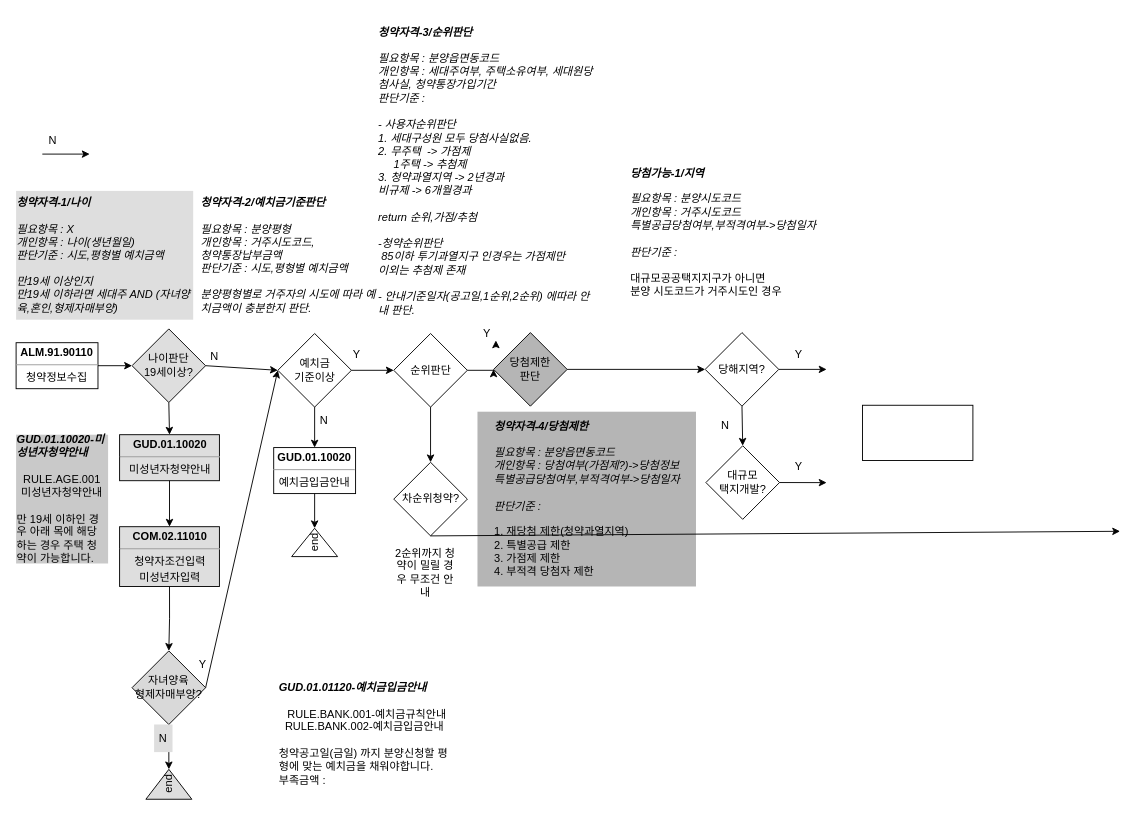
This is 31.분석/Untitled Diagram.drawio from repproject/rep, a draw.io file, before an edit. Source tidied: cells renumbered, new cells numbered last; positions are measured from the earlier drawing's top-left corner, leaving out a move shared by most shapes. Both pictures are drawn from the tidied source at 92%, with x=0, y=0 at pixel (16, 52).
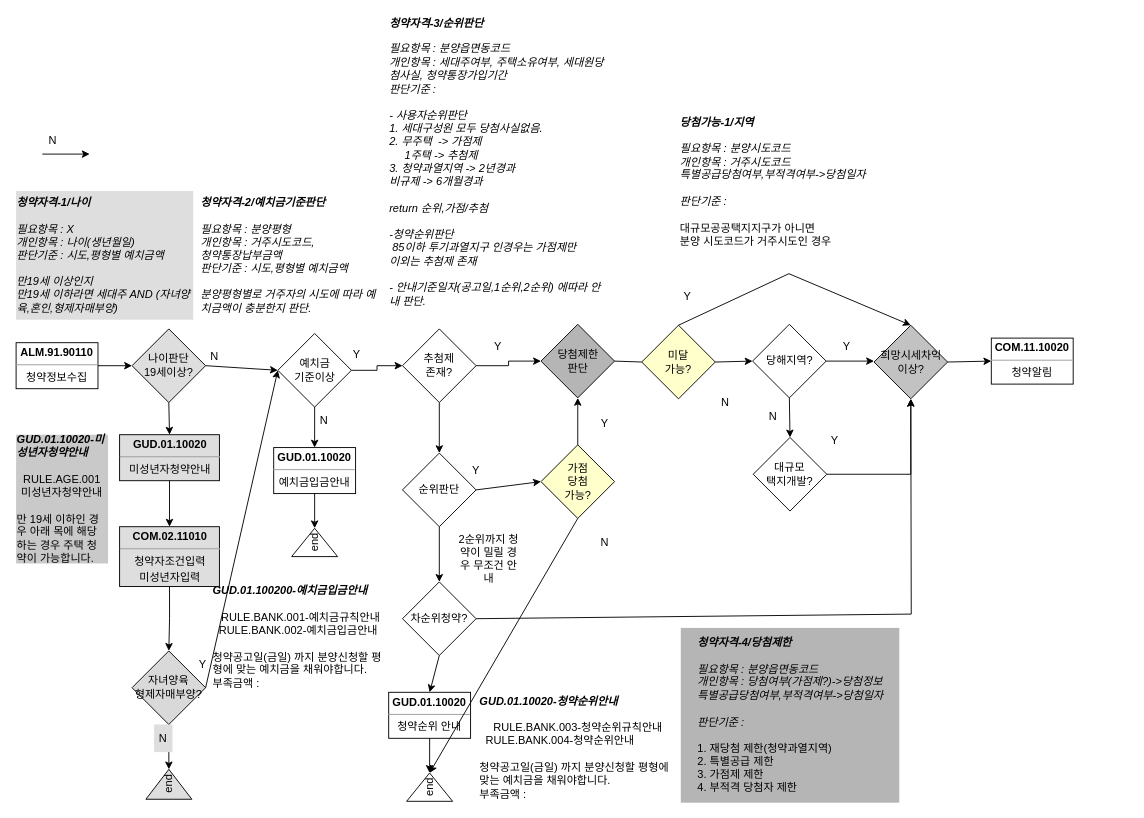
The same page after the edit.

Unchanged cells that the change refers to:
```xml
<mxCell id="9" value="예치금&lt;br&gt;기준이상" style="rhombus;whiteSpace=wrap;html=1;" parent="1" vertex="1">
  <mxGeometry x="284.5" y="305" width="80" height="80" as="geometry" />
</mxCell>
```

The edit, as a diff of the source:
```diff
@@
-    <mxCell id="5" value="&lt;div style=&quot;text-align: left&quot;&gt;&lt;b&gt;&lt;i&gt;GUD.01.01120-예치금입금안내&lt;/i&gt;&lt;/b&gt;&lt;/div&gt;&lt;div style=&quot;text-align: left&quot;&gt;&lt;b&gt;&lt;i&gt;&lt;br&gt;&lt;/i&gt;&lt;/b&gt;&lt;/div&gt;RULE.BANK.001-예치금규칙안내&lt;br&gt;&lt;div style=&quot;text-align: left&quot;&gt;&amp;nbsp; RULE.BANK.002-예치금입금안내&lt;/div&gt;&lt;div style=&quot;text-align: left&quot;&gt;&lt;div&gt;&lt;br&gt;&lt;/div&gt;&lt;div&gt;청약공고일(금일) 까지 분양신청할 평형에 맞는 예치금을 채워야합니다.&lt;/div&gt;&lt;div&gt;부족금액 :&amp;nbsp;&lt;/div&gt;&lt;/div&gt;" style="text;html=1;strokeColor=none;fillColor=none;align=center;verticalAlign=middle;whiteSpace=wrap;rounded=0;" parent="1" vertex="1">
-      <mxGeometry x="284.5" y="680" width="192.5" height="120" as="geometry" />
+    <mxCell id="5" value="&lt;div style=&quot;text-align: left&quot;&gt;&lt;b&gt;&lt;i&gt;GUD.01.100200-예치금입금안내&lt;/i&gt;&lt;/b&gt;&lt;/div&gt;&lt;div style=&quot;text-align: left&quot;&gt;&lt;b&gt;&lt;i&gt;&lt;br&gt;&lt;/i&gt;&lt;/b&gt;&lt;/div&gt;RULE.BANK.001-예치금규칙안내&lt;br&gt;&lt;div style=&quot;text-align: left&quot;&gt;&amp;nbsp; RULE.BANK.002-예치금입금안내&lt;/div&gt;&lt;div style=&quot;text-align: left&quot;&gt;&lt;div&gt;&lt;br&gt;&lt;/div&gt;&lt;div&gt;청약공고일(금일) 까지 분양신청할 평형에 맞는 예치금을 채워야합니다.&lt;/div&gt;&lt;div&gt;부족금액 :&amp;nbsp;&lt;/div&gt;&lt;/div&gt;" style="text;html=1;strokeColor=none;fillColor=none;align=center;verticalAlign=middle;whiteSpace=wrap;rounded=0;" parent="1" vertex="1">
+      <mxGeometry x="212.5" y="575" width="192.5" height="120" as="geometry" />
     </mxCell>
@@
     <mxCell id="10" value="순위판단" style="rhombus;whiteSpace=wrap;html=1;" parent="1" vertex="1">
-      <mxGeometry x="410.5" y="305" width="80" height="80" as="geometry" />
+      <mxGeometry x="420" y="435" width="80" height="80" as="geometry" />
     </mxCell>
-    <mxCell id="11" style="edgeStyle=orthogonalEdgeStyle;rounded=0;jettySize=auto;html=1;exitX=1;exitY=0.5;exitDx=0;exitDy=0;entryX=0;entryY=0.5;entryDx=0;entryDy=0;" parent="1" edge="1" source="9" target="10">
+    <mxCell id="11" style="edgeStyle=orthogonalEdgeStyle;rounded=0;jettySize=auto;html=1;exitX=1;exitY=0.5;exitDx=0;exitDy=0;entryX=0;entryY=0.5;entryDx=0;entryDy=0;" parent="1" edge="1" source="9" target="65">
       <mxGeometry relative="1" as="geometry" />
     </mxCell>
@@
     <mxCell id="14" value="&lt;div style=&quot;text-align: left&quot;&gt;&lt;b&gt;&lt;i&gt;청약자격-3/순위판단&lt;/i&gt;&lt;/b&gt;&lt;/div&gt;&lt;div style=&quot;text-align: left&quot;&gt;&lt;b&gt;&lt;i&gt;&lt;br&gt;&lt;/i&gt;&lt;/b&gt;&lt;/div&gt;&lt;div style=&quot;text-align: left&quot;&gt;&lt;i&gt;필요항목 : 분양읍면동코드&lt;/i&gt;&lt;/div&gt;&lt;div style=&quot;text-align: left&quot;&gt;&lt;i&gt;개인항목 : 세대주여부, 주택소유여부,&amp;nbsp;&lt;/i&gt;&lt;i&gt;세대원당첨사실, 청약통장가입기간&lt;/i&gt;&lt;/div&gt;&lt;div style=&quot;text-align: left&quot;&gt;&lt;i&gt;판단기준 :&amp;nbsp;&lt;/i&gt;&lt;/div&gt;&lt;div style=&quot;text-align: left&quot;&gt;&lt;i&gt;&lt;br&gt;&lt;/i&gt;&lt;/div&gt;&lt;div style=&quot;text-align: left&quot;&gt;&lt;i&gt;- 사용자순위판단&lt;/i&gt;&lt;/div&gt;&lt;div style=&quot;text-align: left&quot;&gt;&lt;i&gt;1. 세대구성원 모두 당첨사실없음.&lt;/i&gt;&lt;/div&gt;&lt;div style=&quot;text-align: left&quot;&gt;&lt;i&gt;2. 무주택&amp;nbsp; -&amp;gt; 가점제&lt;/i&gt;&lt;/div&gt;&lt;div style=&quot;text-align: left&quot;&gt;&lt;i&gt;&amp;nbsp; &amp;nbsp; &amp;nbsp;1주택 -&amp;gt; 추첨제&lt;/i&gt;&lt;/div&gt;&lt;div style=&quot;text-align: left&quot;&gt;&lt;i&gt;3. 청약과열지역 -&amp;gt; 2년경과&lt;/i&gt;&lt;/div&gt;&lt;div style=&quot;text-align: left&quot;&gt;&lt;i&gt;비규제 -&amp;gt; 6개월경과&lt;/i&gt;&lt;/div&gt;&lt;div style=&quot;text-align: left&quot;&gt;&lt;i&gt;&lt;br&gt;&lt;/i&gt;&lt;/div&gt;&lt;div style=&quot;text-align: left&quot;&gt;&lt;i&gt;return 순위,가점/추첨&lt;/i&gt;&lt;/div&gt;&lt;div style=&quot;text-align: left&quot;&gt;&lt;i&gt;&lt;br&gt;&lt;/i&gt;&lt;/div&gt;&lt;div style=&quot;text-align: left&quot;&gt;&lt;i&gt;-청약순위판단&lt;/i&gt;&lt;/div&gt;&lt;div style=&quot;text-align: left&quot;&gt;&lt;i&gt;&amp;nbsp;85이하 투기과열지구 인경우는 가점제만&lt;/i&gt;&lt;/div&gt;&lt;div style=&quot;text-align: left&quot;&gt;&lt;i&gt;이외는 추첨제 존재&lt;/i&gt;&lt;/div&gt;&lt;div style=&quot;text-align: left&quot;&gt;&lt;i&gt;&lt;br&gt;&lt;/i&gt;&lt;/div&gt;&lt;div style=&quot;text-align: left&quot;&gt;&lt;i&gt;- 안내기준일자(공고일,1순위,2순위) 에따라 안내 판단.&lt;/i&gt;&lt;/div&gt;&lt;div style=&quot;text-align: left&quot;&gt;&lt;i&gt;&lt;br&gt;&lt;/i&gt;&lt;/div&gt;&lt;div style=&quot;text-align: left&quot;&gt;&lt;i&gt;&lt;br&gt;&lt;/i&gt;&lt;/div&gt;&lt;div style=&quot;text-align: left&quot;&gt;&lt;i&gt;&lt;br&gt;&lt;/i&gt;&lt;/div&gt;" style="text;html=1;strokeColor=none;fillColor=none;align=center;verticalAlign=middle;whiteSpace=wrap;rounded=0;" parent="1" vertex="1">
-      <mxGeometry x="392.5" width="237.5" height="300" as="geometry" />
+      <mxGeometry x="405" y="-10" width="237.5" height="300" as="geometry" />
     </mxCell>
@@
     <mxCell id="39" value="당첨제한&lt;br&gt;판단" style="rhombus;whiteSpace=wrap;html=1;fillColor=#B5B5B5;" parent="1" vertex="1">
-      <mxGeometry x="519" y="304" width="80" height="80" as="geometry" />
+      <mxGeometry x="570.5" y="295" width="80" height="80" as="geometry" />
     </mxCell>
     <mxCell id="40" value="&lt;div style=&quot;text-align: left&quot;&gt;&lt;b&gt;&lt;i&gt;청약자격-4/당첨제한&lt;/i&gt;&lt;/b&gt;&lt;/div&gt;&lt;div style=&quot;text-align: left&quot;&gt;&lt;b&gt;&lt;i&gt;&lt;br&gt;&lt;/i&gt;&lt;/b&gt;&lt;/div&gt;&lt;div style=&quot;text-align: left&quot;&gt;&lt;i&gt;필요항목 : 분양읍면동코드&lt;/i&gt;&lt;/div&gt;&lt;div style=&quot;text-align: left&quot;&gt;&lt;i&gt;개인항목 : 당첨여부(가점제?)-&amp;gt;당첨정보&lt;/i&gt;&lt;/div&gt;&lt;div style=&quot;text-align: left&quot;&gt;&lt;i&gt;특별공급당첨여부,부적격여부-&amp;gt;당첨일자&lt;/i&gt;&lt;/div&gt;&lt;div style=&quot;text-align: left&quot;&gt;&lt;br&gt;&lt;/div&gt;&lt;div style=&quot;text-align: left&quot;&gt;&lt;i&gt;판단기준 :&amp;nbsp;&lt;/i&gt;&lt;/div&gt;&lt;div style=&quot;text-align: left&quot;&gt;&lt;i&gt;&lt;br&gt;&lt;/i&gt;&lt;/div&gt;&lt;div style=&quot;text-align: left&quot;&gt;&lt;div&gt;1. 재당첨 제한(청약과열지역)&lt;/div&gt;&lt;div&gt;2. 특별공급 제한&lt;/div&gt;&lt;div&gt;3. 가점제 제한&lt;/div&gt;&lt;div&gt;4. 부적격 당첨자 제한&lt;/div&gt;&lt;/div&gt;" style="text;html=1;strokeColor=none;fillColor=#B5B5B5;align=center;verticalAlign=middle;whiteSpace=wrap;rounded=0;" parent="1" vertex="1">
-      <mxGeometry x="501.5" y="390" width="237.5" height="190" as="geometry" />
+      <mxGeometry x="722.5" y="625" width="237.5" height="190" as="geometry" />
     </mxCell>
-    <mxCell id="41" style="edgeStyle=orthogonalEdgeStyle;rounded=0;jettySize=auto;html=1;exitX=1;exitY=0.5;exitDx=0;exitDy=0;entryX=0;entryY=0.5;entryDx=0;entryDy=0;" parent="1" edge="1" source="10" target="39">
+    <mxCell id="41" style="edgeStyle=orthogonalEdgeStyle;rounded=0;jettySize=auto;html=1;exitX=1;exitY=0.5;exitDx=0;exitDy=0;entryX=0;entryY=0.5;entryDx=0;entryDy=0;" parent="1" edge="1" source="65" target="39">
       <mxGeometry relative="1" as="geometry" />
     </mxCell>
-    <mxCell id="42" style="group;" parent="1" vertex="1">
-      <mxGeometry x="501.5" y="290" width="20" height="60" as="geometry" />
-    </mxCell>
-    <mxCell id="43" value="Y" style="text;html=1;strokeColor=none;fillColor=none;align=center;verticalAlign=middle;whiteSpace=wrap;rounded=0;" parent="42" vertex="1">
-      <mxGeometry width="20" height="30" as="geometry" />
-    </mxCell>
-    <mxCell id="44" style="edgeStyle=orthogonalEdgeStyle;rounded=0;orthogonalLoop=1;jettySize=auto;html=1;exitX=1;exitY=1;exitDx=0;exitDy=0;entryX=1;entryY=0.75;entryDx=0;entryDy=0;" parent="42" edge="1" source="43" target="43">
-      <mxGeometry relative="1" as="geometry" />
-    </mxCell>
     <mxCell id="45" value="당해지역?" style="rhombus;whiteSpace=wrap;html=1;" parent="1" vertex="1">
-      <mxGeometry x="749" y="304" width="80" height="80" as="geometry" />
+      <mxGeometry x="800.5" y="295" width="80" height="80" as="geometry" />
     </mxCell>
-    <mxCell id="46" style="endArrow=classic;html=1;rounded=0;exitX=1;exitY=0.5;exitDx=0;exitDy=0;entryX=0;entryY=0.5;entryDx=0;entryDy=0;" parent="1" edge="1" source="39" target="45">
+    <mxCell id="46" style="endArrow=classic;html=1;rounded=0;exitX=1;exitY=0.5;exitDx=0;exitDy=0;entryX=0;entryY=0.5;entryDx=0;entryDy=0;startArrow=none;" parent="1" edge="1" source="80" target="45">
       <mxGeometry relative="1" as="geometry" />
     </mxCell>
     <mxCell id="47" value="&lt;div style=&quot;text-align: left&quot;&gt;&lt;b&gt;&lt;i&gt;당첨가능-1/지역&lt;/i&gt;&lt;/b&gt;&lt;/div&gt;&lt;div style=&quot;text-align: left&quot;&gt;&lt;b&gt;&lt;i&gt;&lt;br&gt;&lt;/i&gt;&lt;/b&gt;&lt;/div&gt;&lt;div style=&quot;text-align: left&quot;&gt;&lt;i&gt;필요항목 : 분양시도코드&lt;/i&gt;&lt;/div&gt;&lt;div style=&quot;text-align: left&quot;&gt;&lt;i&gt;개인항목 : 거주시도코드&lt;/i&gt;&lt;/div&gt;&lt;div style=&quot;text-align: left&quot;&gt;&lt;i&gt;특별공급당첨여부,부적격여부-&amp;gt;당첨일자&lt;/i&gt;&lt;/div&gt;&lt;div style=&quot;text-align: left&quot;&gt;&lt;br&gt;&lt;/div&gt;&lt;div style=&quot;text-align: left&quot;&gt;&lt;i&gt;판단기준 :&amp;nbsp;&lt;/i&gt;&lt;/div&gt;&lt;div style=&quot;text-align: left&quot;&gt;&lt;i&gt;&lt;br&gt;&lt;/i&gt;&lt;/div&gt;&lt;div style=&quot;text-align: left&quot;&gt;대규모공공택지지구가 아니면&lt;/div&gt;&lt;div style=&quot;text-align: left&quot;&gt;분양 시도코드가 거주시도인 경우&lt;/div&gt;" style="text;html=1;strokeColor=none;fillColor=none;align=center;verticalAlign=middle;whiteSpace=wrap;rounded=0;" parent="1" vertex="1">
-      <mxGeometry x="650" y="100" width="237.5" height="190" as="geometry" />
+      <mxGeometry x="703.8" y="45" width="237.5" height="190" as="geometry" />
     </mxCell>
     <mxCell id="48" value="대규모&lt;br&gt;택지개발?" style="rhombus;whiteSpace=wrap;html=1;" parent="1" vertex="1">
-      <mxGeometry x="749.8" y="427" width="80" height="80" as="geometry" />
+      <mxGeometry x="801.2" y="418" width="80" height="80" as="geometry" />
     </mxCell>
     <mxCell id="49" style="group;" parent="1" vertex="1">
-      <mxGeometry x="761" y="390" width="20" height="30" as="geometry" />
+      <mxGeometry x="812.5" y="381" width="20" height="30" as="geometry" />
     </mxCell>
@@
     <mxCell id="52" style="group;" parent="1" vertex="1">
-      <mxGeometry x="821" y="435" width="60" height="32.1" as="geometry" />
+      <mxGeometry x="860" y="406.9" width="60" height="32.1" as="geometry" />
     </mxCell>
-    <mxCell id="53" style="endArrow=classic;html=1;rounded=0;exitX=1;exitY=0.5;exitDx=0;exitDy=0;entryX=0;entryY=0.5;entryDx=0;entryDy=0;" parent="52" edge="1" source="48">
-      <mxGeometry relative="1" as="geometry">
-        <mxPoint x="60" y="32.1" as="targetPoint" />
-      </mxGeometry>
-    </mxCell>
@@
     <mxCell id="55" style="endArrow=classic;html=1;rounded=0;exitX=1;exitY=0.5;exitDx=0;exitDy=0;" parent="1" edge="1" source="45">
       <mxGeometry relative="1" as="geometry">
-        <mxPoint x="881" y="344" as="targetPoint" />
+        <mxPoint x="932.5" y="335" as="targetPoint" />
       </mxGeometry>
     </mxCell>
     <mxCell id="56" style="group;" parent="1" vertex="1">
-      <mxGeometry x="821" y="312.9" width="60" height="32.1" as="geometry" />
+      <mxGeometry x="872.5" y="303.9" width="60" height="32.1" as="geometry" />
     </mxCell>
@@
-    <mxCell id="58" style="rounded=0;whiteSpace=wrap;html=1;" parent="1" vertex="1">
-      <mxGeometry x="920" y="383" width="120" height="60" as="geometry" />
-    </mxCell>
     <mxCell id="59" value="차순위청약?" style="rhombus;whiteSpace=wrap;html=1;fillColor=#FFFFFF;" parent="1" vertex="1">
-      <mxGeometry x="410.5" y="445" width="80" height="80" as="geometry" />
+      <mxGeometry x="420" y="575" width="80" height="80" as="geometry" />
     </mxCell>
@@
-    <mxCell id="61" style="endArrow=classic;html=1;rounded=0;exitX=0.5;exitY=1;exitDx=0;exitDy=0;" parent="1" edge="1" source="59">
-      <mxGeometry relative="1" as="geometry">
-        <mxPoint x="1200" y="520" as="targetPoint" />
-      </mxGeometry>
+    <mxCell id="61" style="endArrow=classic;html=1;rounded=0;exitX=0.5;exitY=1;exitDx=0;exitDy=0;entryX=0.5;entryY=0;entryDx=0;entryDy=0;" parent="1" edge="1" source="59" target="69">
+      <mxGeometry relative="1" as="geometry" />
     </mxCell>
     <mxCell id="62" value="2순위까지 청약이 밀릴 경우 무조건 안내" style="text;html=1;strokeColor=none;fillColor=none;align=center;verticalAlign=middle;whiteSpace=wrap;rounded=0;" parent="1" vertex="1">
-      <mxGeometry x="410.5" y="530" width="67.5" height="70" as="geometry" />
+      <mxGeometry x="480" y="515" width="67.5" height="70" as="geometry" />
     </mxCell>
+    <mxCell id="63" value="희망시세차익&lt;br&gt;이상?" style="rhombus;whiteSpace=wrap;html=1;fillColor=#C2C2C2;" parent="1" vertex="1">
+      <mxGeometry x="932.5" y="296" width="80" height="80" as="geometry" />
+    </mxCell>
+    <mxCell id="64" style="edgeStyle=orthogonalEdgeStyle;rounded=0;jettySize=auto;html=1;exitX=0.5;exitY=1;exitDx=0;exitDy=0;" parent="1" edge="1" source="65" target="10">
+      <mxGeometry relative="1" as="geometry" />
+    </mxCell>
+    <mxCell id="65" value="추첨제&lt;br&gt;존재?" style="rhombus;whiteSpace=wrap;html=1;fillColor=#FFFFFF;" parent="1" vertex="1">
+      <mxGeometry x="420" y="300" width="80" height="80" as="geometry" />
+    </mxCell>
+    <mxCell id="66" value="Y" style="text;html=1;strokeColor=none;fillColor=none;align=center;verticalAlign=middle;whiteSpace=wrap;rounded=0;" parent="1" vertex="1">
+      <mxGeometry x="493.8" y="303.9" width="60" height="30" as="geometry" />
+    </mxCell>
+    <mxCell id="67" style="endArrow=classic;html=1;rounded=0;exitX=1;exitY=0.5;exitDx=0;exitDy=0;entryX=0;entryY=0.5;entryDx=0;entryDy=0;" parent="1" edge="1" source="10" target="73">
+      <mxGeometry relative="1" as="geometry" />
+    </mxCell>
+    <mxCell id="68" value="Y" style="text;html=1;strokeColor=none;fillColor=none;align=center;verticalAlign=middle;whiteSpace=wrap;rounded=0;" parent="1" vertex="1">
+      <mxGeometry x="470" y="439" width="60" height="30" as="geometry" />
+    </mxCell>
+    <mxCell id="69" value="&lt;p style=&quot;margin: 0px ; margin-top: 4px ; text-align: center&quot;&gt;&lt;b&gt;GUD.01.10020&lt;/b&gt;&lt;/p&gt;&lt;hr size=&quot;1&quot;&gt;&lt;div style=&quot;text-align: center ; height: 2px&quot;&gt;청약순위 안내&lt;/div&gt;" style="verticalAlign=top;align=left;overflow=fill;fontSize=12;fontFamily=Helvetica;html=1;" parent="1" vertex="1">
+      <mxGeometry x="405" y="695" width="89" height="50" as="geometry" />
+    </mxCell>
+    <mxCell id="70" style="edgeStyle=orthogonalEdgeStyle;rounded=0;jettySize=auto;html=1;exitX=0.5;exitY=1;exitDx=0;exitDy=0;entryX=1;entryY=0.5;entryDx=0;entryDy=0;" parent="1" edge="1" source="69" target="71">
+      <mxGeometry relative="1" as="geometry" />
+    </mxCell>
+    <mxCell id="71" value="end" style="triangle;whiteSpace=wrap;html=1;rotation=-90;" parent="1" vertex="1">
+      <mxGeometry x="434.1" y="773.1" width="30.8" height="50" as="geometry" />
+    </mxCell>
+    <mxCell id="72" value="&lt;div style=&quot;text-align: left&quot;&gt;&lt;b&gt;&lt;i&gt;GUD.01.10020-청약순위안내&lt;/i&gt;&lt;/b&gt;&lt;/div&gt;&lt;div style=&quot;text-align: left&quot;&gt;&lt;/div&gt;&lt;br&gt;RULE.BANK.003-청약순위규칙안내&lt;br&gt;&lt;div style=&quot;text-align: left&quot;&gt;&amp;nbsp; RULE.BANK.004-청약순위안내&lt;/div&gt;&lt;div style=&quot;text-align: left&quot;&gt;&lt;div&gt;&lt;br&gt;&lt;/div&gt;&lt;div&gt;청약공고일(금일) 까지 분양신청할 평형에 맞는 예치금을 채워야합니다.&lt;/div&gt;&lt;div&gt;부족금액 :&amp;nbsp;&lt;/div&gt;&lt;/div&gt;" style="text;html=1;strokeColor=none;fillColor=none;align=center;verticalAlign=middle;whiteSpace=wrap;rounded=0;" parent="1" vertex="1">
+      <mxGeometry x="502.6" y="695" width="215.8" height="120" as="geometry" />
+    </mxCell>
+    <mxCell id="73" value="가점&lt;br&gt;당첨&lt;br&gt;가능?" style="rhombus;whiteSpace=wrap;html=1;fillColor=#FFFFCC;" parent="1" vertex="1">
+      <mxGeometry x="570.5" y="426" width="80" height="80" as="geometry" />
+    </mxCell>
+    <mxCell id="74" style="endArrow=classic;html=1;rounded=0;exitX=0.5;exitY=0;exitDx=0;exitDy=0;entryX=0.5;entryY=1;entryDx=0;entryDy=0;" parent="1" edge="1" source="73" target="39">
+      <mxGeometry relative="1" as="geometry" />
+    </mxCell>
+    <mxCell id="75" style="edgeStyle=orthogonalEdgeStyle;rounded=0;jettySize=auto;html=1;exitX=1;exitY=0.5;exitDx=0;exitDy=0;entryX=0.5;entryY=1;entryDx=0;entryDy=0;" parent="1" edge="1" source="48" target="63">
+      <mxGeometry relative="1" as="geometry" />
+    </mxCell>
+    <mxCell id="76" value="&lt;p style=&quot;margin: 0px ; margin-top: 4px ; text-align: center&quot;&gt;&lt;b&gt;COM.11.10020&lt;/b&gt;&lt;/p&gt;&lt;hr size=&quot;1&quot;&gt;&lt;div style=&quot;text-align: center ; height: 2px&quot;&gt;청약알림&lt;/div&gt;" style="verticalAlign=top;align=left;overflow=fill;fontSize=12;fontFamily=Helvetica;html=1;" parent="1" vertex="1">
+      <mxGeometry x="1060" y="310" width="89" height="50" as="geometry" />
+    </mxCell>
+    <mxCell id="77" style="endArrow=classic;html=1;rounded=0;entryX=0;entryY=0.5;entryDx=0;entryDy=0;exitX=1;exitY=0.5;exitDx=0;exitDy=0;" parent="1" edge="1" source="63" target="76">
+      <mxGeometry relative="1" as="geometry" />
+    </mxCell>
+    <mxCell id="78" style="endArrow=classic;html=1;rounded=0;exitX=0.5;exitY=1;exitDx=0;exitDy=0;entryX=1;entryY=0.5;entryDx=0;entryDy=0;" parent="1" edge="1" source="73" target="71">
+      <mxGeometry relative="1" as="geometry" />
+    </mxCell>
+    <mxCell id="79" style="endArrow=classic;html=1;rounded=0;exitX=1;exitY=0.5;exitDx=0;exitDy=0;entryX=0.5;entryY=1;entryDx=0;entryDy=0;" parent="1" edge="1" source="59" target="63">
+      <mxGeometry relative="1" as="geometry">
+        <Array as="points">
+          <mxPoint x="973" y="610" />
+        </Array>
+      </mxGeometry>
+    </mxCell>
+    <mxCell id="80" value="미달&lt;br&gt;가능?" style="rhombus;whiteSpace=wrap;html=1;fillColor=#FFFFCC;" parent="1" vertex="1">
+      <mxGeometry x="680" y="296" width="80" height="80" as="geometry" />
+    </mxCell>
+    <mxCell id="81" style="endArrow=none;html=1;rounded=0;exitX=1;exitY=0.5;exitDx=0;exitDy=0;entryX=0;entryY=0.5;entryDx=0;entryDy=0;" parent="1" edge="1" source="39" target="80">
+      <mxGeometry relative="1" as="geometry" />
+    </mxCell>
+    <mxCell id="82" style="endArrow=classic;html=1;rounded=0;entryX=0.5;entryY=0;entryDx=0;entryDy=0;exitX=0.5;exitY=0;exitDx=0;exitDy=0;" parent="1" edge="1" source="80" target="63">
+      <mxGeometry relative="1" as="geometry">
+        <Array as="points">
+          <mxPoint x="840" y="240" />
+        </Array>
+      </mxGeometry>
+    </mxCell>
+    <mxCell id="83" style="group;" parent="1" vertex="1">
+      <mxGeometry x="700" y="250" width="60" height="32.1" as="geometry" />
+    </mxCell>
+    <mxCell id="84" value="Y" style="text;html=1;strokeColor=none;fillColor=none;align=center;verticalAlign=middle;whiteSpace=wrap;rounded=0;" parent="83" vertex="1">
+      <mxGeometry width="60" height="30" as="geometry" />
+    </mxCell>
+    <mxCell id="85" style="group;" parent="1" vertex="1">
+      <mxGeometry x="740.5" y="365" width="60" height="32.1" as="geometry" />
+    </mxCell>
+    <mxCell id="86" value="N" style="text;html=1;strokeColor=none;fillColor=none;align=center;verticalAlign=middle;whiteSpace=wrap;rounded=0;" parent="85" vertex="1">
+      <mxGeometry width="60" height="30" as="geometry" />
+    </mxCell>
+    <mxCell id="87" value="Y" style="text;html=1;strokeColor=none;fillColor=none;align=center;verticalAlign=middle;whiteSpace=wrap;rounded=0;" parent="1" vertex="1">
+      <mxGeometry x="610" y="388" width="60" height="30" as="geometry" />
+    </mxCell>
+    <mxCell id="88" value="N" style="text;html=1;strokeColor=none;fillColor=none;align=center;verticalAlign=middle;whiteSpace=wrap;rounded=0;" parent="1" vertex="1">
+      <mxGeometry x="610" y="517" width="60" height="30" as="geometry" />
+    </mxCell>
```
